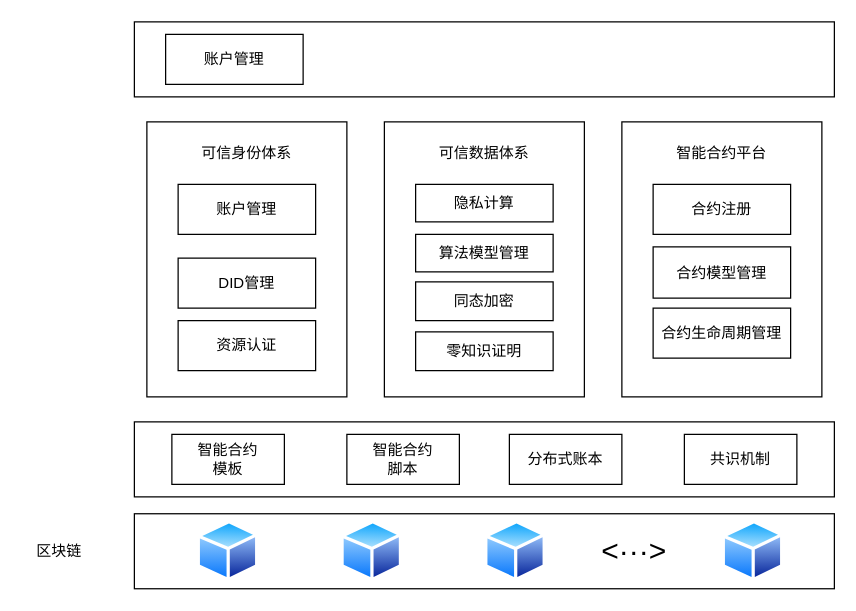
Above: page "第 1 页" (1 of 2) of drawio/blockchain.drawio in raingnight/Blog_Pic (draw.io), before the change. Source tidied: cells renumbered, new cells numbered last; positions are measured from the earlier drawing's top-left corner, leaving out a move shared by most shapes. Both pictures are drawn from the tidied source at 125%, with x=0, y=0 at pixel (21, 21).
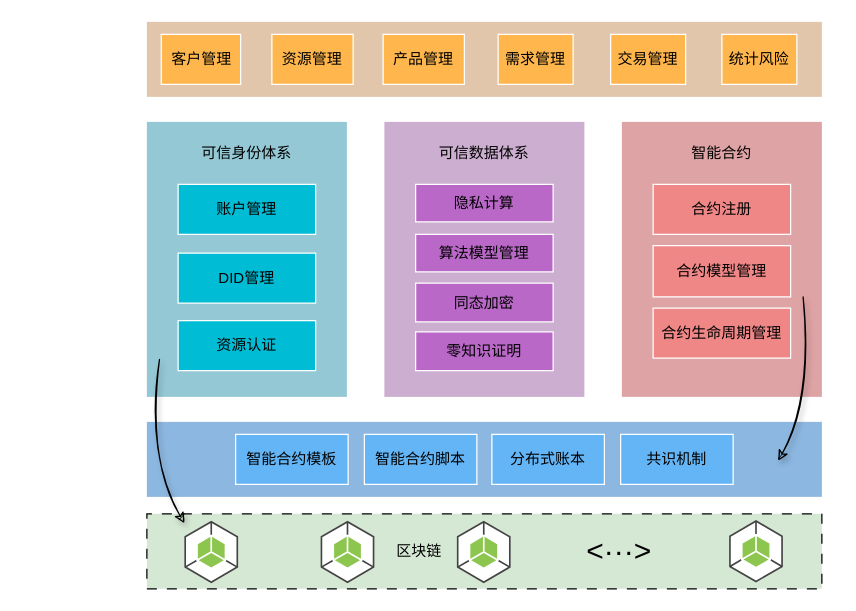
The same diagram, later.

What changed in the source:
```diff
@@
-    <mxCell id="2" style="rounded=0;whiteSpace=wrap;html=1;" parent="1" vertex="1">
+    <mxCell id="2" style="rounded=0;whiteSpace=wrap;html=1;fillColor=#94c8d4;strokeColor=none;flipV=1;" parent="1" vertex="1">
       <mxGeometry x="100" y="80" width="160" height="220" as="geometry" />
     </mxCell>
-    <mxCell id="3" style="rounded=0;whiteSpace=wrap;html=1;" parent="1" vertex="1">
-      <mxGeometry x="90" y="320" width="560" height="60" as="geometry" />
+    <mxCell id="3" style="rounded=0;whiteSpace=wrap;html=1;fillColor=#8cb7e0;strokeColor=none;fontColor=#ffffff;flipV=1;" parent="1" vertex="1">
+      <mxGeometry x="100" y="320" width="540" height="60" as="geometry" />
     </mxCell>
-    <mxCell id="4" style="rounded=0;whiteSpace=wrap;html=1;" parent="1" vertex="1">
-      <mxGeometry x="90" y="393.5" width="560" height="60" as="geometry" />
-    </mxCell>
-    <mxCell id="5" value="区块链" style="text;html=1;strokeColor=none;fillColor=none;align=center;verticalAlign=middle;whiteSpace=wrap;rounded=0;" parent="1" vertex="1">
-      <mxGeometry y="408.5" width="60" height="30" as="geometry" />
-    </mxCell>
-    <mxCell id="6" value="账户管理" style="rounded=0;whiteSpace=wrap;html=1;" parent="1" vertex="1">
+    <mxCell id="6" value="账户管理" style="rounded=0;whiteSpace=wrap;html=1;fillColor=#00bcd4;strokeColor=#FFFFFF;flipV=1;" parent="1" vertex="1">
       <mxGeometry x="125" y="130" width="110" height="40" as="geometry" />
     </mxCell>
-    <mxCell id="7" style="rounded=0;whiteSpace=wrap;html=1;" parent="1" vertex="1">
-      <mxGeometry x="530" y="330" width="90" height="40" as="geometry" />
+    <mxCell id="7" value="&lt;font&gt;共识机制&lt;/font&gt;" style="rounded=0;whiteSpace=wrap;html=1;fillColor=#64b5f6;fontColor=#000000;strokeColor=#FFFFFF;flipV=1;" parent="1" vertex="1">
+      <mxGeometry x="479" y="330" width="90" height="40" as="geometry" />
     </mxCell>
-    <mxCell id="8" value="共识机制" style="text;html=1;strokeColor=none;fillColor=none;align=center;verticalAlign=middle;whiteSpace=wrap;rounded=0;" parent="1" vertex="1">
-      <mxGeometry x="545" y="337.5" width="60" height="25" as="geometry" />
-    </mxCell>
-    <mxCell id="9" style="rounded=0;whiteSpace=wrap;html=1;" parent="1" vertex="1">
-      <mxGeometry x="390" y="330" width="90" height="40" as="geometry" />
+    <mxCell id="9" value="分布式账本" style="rounded=0;whiteSpace=wrap;html=1;fillColor=#64b5f6;fontColor=#000000;strokeColor=#FFFFFF;flipV=1;" parent="1" vertex="1">
+      <mxGeometry x="376" y="330" width="90" height="40" as="geometry" />
     </mxCell>
-    <mxCell id="10" value="分布式账本" style="text;html=1;strokeColor=none;fillColor=none;align=center;verticalAlign=middle;whiteSpace=wrap;rounded=0;" parent="1" vertex="1">
-      <mxGeometry x="400" y="337.5" width="70" height="25" as="geometry" />
-    </mxCell>
-    <mxCell id="11" style="rounded=0;whiteSpace=wrap;html=1;" parent="1" vertex="1">
-      <mxGeometry x="260" y="330" width="90" height="40" as="geometry" />
+    <mxCell id="11" value="智能合约脚本" style="rounded=0;whiteSpace=wrap;html=1;fillColor=#64b5f6;strokeColor=#FFFFFF;fontColor=#000000;flipV=1;" parent="1" vertex="1">
+      <mxGeometry x="274" y="330" width="90" height="40" as="geometry" />
     </mxCell>
-    <mxCell id="12" value="智能合约脚本" style="text;html=1;strokeColor=none;fillColor=none;align=center;verticalAlign=middle;whiteSpace=wrap;rounded=0;" parent="1" vertex="1">
-      <mxGeometry x="275" y="337.5" width="60" height="25" as="geometry" />
-    </mxCell>
-    <mxCell id="13" style="rounded=0;whiteSpace=wrap;html=1;" parent="1" vertex="1">
-      <mxGeometry x="120" y="330" width="90" height="40" as="geometry" />
+    <mxCell id="13" value="智能合约模板" style="rounded=0;whiteSpace=wrap;html=1;fillColor=#64b5f6;strokeColor=#FFFFFF;fontColor=#000000;flipV=1;" parent="1" vertex="1">
+      <mxGeometry x="171" y="330" width="90" height="40" as="geometry" />
     </mxCell>
-    <mxCell id="14" value="智能合约模板" style="text;html=1;strokeColor=none;fillColor=none;align=center;verticalAlign=middle;whiteSpace=wrap;rounded=0;" parent="1" vertex="1">
-      <mxGeometry x="135" y="337.5" width="60" height="25" as="geometry" />
-    </mxCell>
-    <mxCell id="15" style="perimeter=ellipsePerimeter;html=1;align=center;shadow=0;dashed=0;spacingTop=3;image;image=img/lib/active_directory/generic_node.svg;" parent="1" vertex="1">
-      <mxGeometry x="140" y="399" width="50" height="49" as="geometry" />
-    </mxCell>
-    <mxCell id="16" style="perimeter=ellipsePerimeter;html=1;align=center;shadow=0;dashed=0;spacingTop=3;image;image=img/lib/active_directory/generic_node.svg;" parent="1" vertex="1">
-      <mxGeometry x="560" y="399" width="50" height="49" as="geometry" />
-    </mxCell>
-    <mxCell id="17" style="perimeter=ellipsePerimeter;html=1;align=center;shadow=0;dashed=0;spacingTop=3;image;image=img/lib/active_directory/generic_node.svg;" parent="1" vertex="1">
-      <mxGeometry x="370" y="399" width="50" height="49" as="geometry" />
-    </mxCell>
-    <mxCell id="18" style="perimeter=ellipsePerimeter;html=1;align=center;shadow=0;dashed=0;spacingTop=3;image;image=img/lib/active_directory/generic_node.svg;" parent="1" vertex="1">
-      <mxGeometry x="255" y="399" width="50" height="49" as="geometry" />
-    </mxCell>
-    <mxCell id="19" value="&lt;font style=&quot;font-size: 24px;&quot;&gt;&amp;lt;···&amp;gt;&lt;/font&gt;" style="text;html=1;strokeColor=none;fillColor=none;align=center;verticalAlign=middle;whiteSpace=wrap;rounded=0;" parent="1" vertex="1">
-      <mxGeometry x="460" y="408.5" width="60" height="30" as="geometry" />
-    </mxCell>
-    <mxCell id="20" value="DID管理" style="rounded=0;whiteSpace=wrap;html=1;" parent="1" vertex="1">
-      <mxGeometry x="125" y="189" width="110" height="40" as="geometry" />
+    <mxCell id="20" value="DID管理" style="rounded=0;whiteSpace=wrap;html=1;fillColor=#00bcd4;strokeColor=#FFFFFF;flipV=1;" parent="1" vertex="1">
+      <mxGeometry x="125" y="185" width="110" height="40" as="geometry" />
     </mxCell>
-    <mxCell id="21" value="资源认证" style="rounded=0;whiteSpace=wrap;html=1;" parent="1" vertex="1">
+    <mxCell id="21" value="资源认证" style="rounded=0;whiteSpace=wrap;html=1;fillColor=#00bcd4;strokeColor=#FFFFFF;flipV=1;" parent="1" vertex="1">
       <mxGeometry x="125" y="239" width="110" height="40" as="geometry" />
     </mxCell>
-    <mxCell id="22" value="可信身份体系" style="text;html=1;strokeColor=none;fillColor=none;align=center;verticalAlign=middle;whiteSpace=wrap;rounded=0;" parent="1" vertex="1">
+    <mxCell id="22" value="可信身份体系" style="text;html=1;strokeColor=none;fillColor=none;align=center;verticalAlign=middle;whiteSpace=wrap;rounded=0;flipV=1;" parent="1" vertex="1">
       <mxGeometry x="135" y="90" width="90" height="30" as="geometry" />
     </mxCell>
-    <mxCell id="23" style="rounded=0;whiteSpace=wrap;html=1;" parent="1" vertex="1">
+    <mxCell id="23" style="rounded=0;whiteSpace=wrap;html=1;fillColor=#ccaed0;strokeColor=none;flipV=1;" parent="1" vertex="1">
       <mxGeometry x="290" y="80" width="160" height="220" as="geometry" />
     </mxCell>
-    <mxCell id="24" value="隐私计算" style="rounded=0;whiteSpace=wrap;html=1;" parent="1" vertex="1">
+    <mxCell id="24" value="隐私计算" style="rounded=0;whiteSpace=wrap;html=1;fillColor=#ba68c8;strokeColor=#FFFFFF;flipV=1;" parent="1" vertex="1">
       <mxGeometry x="315" y="130" width="110" height="30" as="geometry" />
     </mxCell>
-    <mxCell id="25" value="算法模型管理" style="rounded=0;whiteSpace=wrap;html=1;" parent="1" vertex="1">
+    <mxCell id="25" value="算法模型管理" style="rounded=0;whiteSpace=wrap;html=1;fillColor=#ba68c8;strokeColor=#FFFFFF;flipV=1;" parent="1" vertex="1">
       <mxGeometry x="315" y="170" width="110" height="30" as="geometry" />
     </mxCell>
-    <mxCell id="26" value="同态加密" style="rounded=0;whiteSpace=wrap;html=1;" parent="1" vertex="1">
-      <mxGeometry x="315" y="208" width="110" height="31" as="geometry" />
+    <mxCell id="26" value="同态加密" style="rounded=0;whiteSpace=wrap;html=1;fillColor=#ba68c8;strokeColor=#FFFFFF;flipV=1;" parent="1" vertex="1">
+      <mxGeometry x="315" y="209" width="110" height="31" as="geometry" />
     </mxCell>
-    <mxCell id="27" value="可信数据体系" style="text;html=1;strokeColor=none;fillColor=none;align=center;verticalAlign=middle;whiteSpace=wrap;rounded=0;" parent="1" vertex="1">
+    <mxCell id="27" value="可信数据体系" style="text;html=1;strokeColor=none;fillColor=none;align=center;verticalAlign=middle;whiteSpace=wrap;rounded=0;flipV=1;" parent="1" vertex="1">
       <mxGeometry x="325" y="90" width="90" height="30" as="geometry" />
     </mxCell>
-    <mxCell id="28" style="rounded=0;whiteSpace=wrap;html=1;" parent="1" vertex="1">
+    <mxCell id="28" style="rounded=0;whiteSpace=wrap;html=1;fillColor=#dea3a4;strokeColor=none;flipV=1;" parent="1" vertex="1">
       <mxGeometry x="480" y="80" width="160" height="220" as="geometry" />
     </mxCell>
-    <mxCell id="29" value="合约注册" style="rounded=0;whiteSpace=wrap;html=1;" parent="1" vertex="1">
+    <mxCell id="29" value="合约注册" style="rounded=0;whiteSpace=wrap;html=1;fillColor=#f08787;strokeColor=#FFFFFF;flipV=1;" parent="1" vertex="1">
       <mxGeometry x="505" y="130" width="110" height="40" as="geometry" />
     </mxCell>
-    <mxCell id="30" value="合约模型管理" style="rounded=0;whiteSpace=wrap;html=1;" parent="1" vertex="1">
-      <mxGeometry x="505" y="180" width="110" height="41" as="geometry" />
+    <mxCell id="30" value="合约模型管理" style="rounded=0;whiteSpace=wrap;html=1;fillColor=#f08787;strokeColor=#FFFFFF;flipV=1;" parent="1" vertex="1">
+      <mxGeometry x="505" y="179" width="110" height="41" as="geometry" />
     </mxCell>
-    <mxCell id="31" value="合约生命周期管理" style="rounded=0;whiteSpace=wrap;html=1;" parent="1" vertex="1">
+    <mxCell id="31" value="合约生命周期管理" style="rounded=0;whiteSpace=wrap;html=1;fillColor=#f08787;strokeColor=#FFFFFF;flipV=1;" parent="1" vertex="1">
       <mxGeometry x="505" y="229" width="110" height="40" as="geometry" />
     </mxCell>
-    <mxCell id="32" value="智能合约平台" style="text;html=1;strokeColor=none;fillColor=none;align=center;verticalAlign=middle;whiteSpace=wrap;rounded=0;" parent="1" vertex="1">
+    <mxCell id="32" value="智能合约" style="text;html=1;strokeColor=none;fillColor=none;align=center;verticalAlign=middle;whiteSpace=wrap;rounded=0;flipV=1;" parent="1" vertex="1">
       <mxGeometry x="515" y="90" width="90" height="30" as="geometry" />
     </mxCell>
-    <mxCell id="33" value="零知识证明" style="rounded=0;whiteSpace=wrap;html=1;" parent="1" vertex="1">
+    <mxCell id="33" value="零知识证明" style="rounded=0;whiteSpace=wrap;html=1;fillColor=#ba68c8;strokeColor=#FFFFFF;flipV=1;" parent="1" vertex="1">
       <mxGeometry x="315" y="248" width="110" height="31" as="geometry" />
     </mxCell>
-    <mxCell id="34" style="rounded=0;whiteSpace=wrap;html=1;" parent="1" vertex="1">
-      <mxGeometry x="90" width="560" height="60" as="geometry" />
+    <mxCell id="34" style="rounded=0;whiteSpace=wrap;html=1;fillColor=#e1c6ab;labelBorderColor=none;strokeColor=none;flipV=1;" parent="1" vertex="1">
+      <mxGeometry x="100" width="540" height="60" as="geometry" />
     </mxCell>
-    <mxCell id="35" value="账户管理" style="rounded=0;whiteSpace=wrap;html=1;" parent="1" vertex="1">
-      <mxGeometry x="115" y="10" width="110" height="40" as="geometry" />
+    <mxCell id="35" value="客户管理" style="rounded=0;whiteSpace=wrap;html=1;flipH=1;fillColor=#ffb74d;strokeColor=#FFFFFF;flipV=1;" parent="1" vertex="1">
+      <mxGeometry x="111.5" y="10" width="63.5" height="40" as="geometry" />
     </mxCell>
+    <mxCell id="36" style="rounded=0;whiteSpace=wrap;html=1;dashed=1;dashPattern=8 8;fillColor=#d5e8d4;strokeColor=#000000;flipV=1;" parent="1" vertex="1">
+      <mxGeometry x="100" y="393.5" width="540" height="60" as="geometry" />
+    </mxCell>
+    <mxCell id="19" value="&lt;font style=&quot;font-size: 24px;&quot;&gt;&amp;lt;···&amp;gt;&lt;/font&gt;" style="text;html=1;strokeColor=none;fillColor=none;align=center;verticalAlign=middle;whiteSpace=wrap;rounded=0;flipV=1;" parent="1" vertex="1">
+      <mxGeometry x="448" y="408.5" width="60" height="30" as="geometry" />
+    </mxCell>
+    <mxCell id="37" style="dashed=0;verticalLabelPosition=bottom;verticalAlign=top;align=center;html=1;shape=mxgraph.aws3.android;fillColor=#8CC64F;gradientColor=none;flipV=1;" parent="1" vertex="1">
+      <mxGeometry x="130" y="399" width="43" height="50" as="geometry" />
+    </mxCell>
+    <mxCell id="38" style="dashed=0;verticalLabelPosition=bottom;verticalAlign=top;align=center;html=1;shape=mxgraph.aws3.android;fillColor=#8CC64F;gradientColor=none;flipV=1;" parent="1" vertex="1">
+      <mxGeometry x="565.8" y="398.5" width="43" height="50" as="geometry" />
+    </mxCell>
+    <mxCell id="39" style="dashed=0;verticalLabelPosition=bottom;verticalAlign=top;align=center;html=1;shape=mxgraph.aws3.android;fillColor=#8CC64F;gradientColor=none;flipV=1;" parent="1" vertex="1">
+      <mxGeometry x="348" y="399" width="43" height="50" as="geometry" />
+    </mxCell>
+    <mxCell id="40" style="dashed=0;verticalLabelPosition=bottom;verticalAlign=top;align=center;html=1;shape=mxgraph.aws3.android;fillColor=#8CC64F;gradientColor=none;flipV=1;" parent="1" vertex="1">
+      <mxGeometry x="239" y="399" width="43" height="50" as="geometry" />
+    </mxCell>
+    <mxCell id="41" value="资源管理" style="rounded=0;whiteSpace=wrap;html=1;flipH=1;fillColor=#ffb74d;strokeColor=#FFFFFF;flipV=1;" parent="1" vertex="1">
+      <mxGeometry x="200" y="10" width="65" height="40" as="geometry" />
+    </mxCell>
+    <mxCell id="42" value="产品管理" style="rounded=0;whiteSpace=wrap;html=1;flipH=1;fillColor=#ffb74d;strokeColor=#FFFFFF;flipV=1;" parent="1" vertex="1">
+      <mxGeometry x="289" y="10" width="65" height="40" as="geometry" />
+    </mxCell>
+    <mxCell id="43" value="需求管理" style="rounded=0;whiteSpace=wrap;html=1;flipH=1;fillColor=#ffb74d;strokeColor=#FFFFFF;flipV=1;" parent="1" vertex="1">
+      <mxGeometry x="381" y="10" width="60" height="40" as="geometry" />
+    </mxCell>
+    <mxCell id="44" value="交易管理" style="rounded=0;whiteSpace=wrap;html=1;flipH=1;fillColor=#ffb74d;strokeColor=#FFFFFF;flipV=1;" parent="1" vertex="1">
+      <mxGeometry x="471" y="10" width="60" height="40" as="geometry" />
+    </mxCell>
+    <mxCell id="45" value="统计风险" style="rounded=0;whiteSpace=wrap;html=1;flipH=1;fillColor=#ffb74d;strokeColor=#FFFFFF;flipV=1;" parent="1" vertex="1">
+      <mxGeometry x="560" y="10" width="60" height="40" as="geometry" />
+    </mxCell>
+    <mxCell id="46" style="edgeStyle=none;sketch=1;jettySize=auto;html=1;entryX=1;entryY=0.75;entryDx=0;entryDy=0;shadow=1;strokeColor=#000000;fontFamily=Helvetica;fontSize=12;fontColor=#000000;curved=1;exitX=0.063;exitY=0.136;exitDx=0;exitDy=0;exitPerimeter=0;" parent="1" edge="1" source="2">
+      <mxGeometry relative="1" as="geometry">
+        <mxPoint x="130" y="401" as="targetPoint" />
+        <Array as="points">
+          <mxPoint x="100" y="350" />
+        </Array>
+      </mxGeometry>
+    </mxCell>
+    <mxCell id="5" value="区块链" style="text;html=1;strokeColor=none;fillColor=none;align=center;verticalAlign=middle;whiteSpace=wrap;rounded=0;" parent="1" vertex="1">
+      <mxGeometry x="288" y="409" width="60" height="30" as="geometry" />
+    </mxCell>
+    <mxCell id="47" style="edgeStyle=none;sketch=1;orthogonalLoop=1;jettySize=auto;html=1;entryX=1;entryY=0.75;entryDx=0;entryDy=0;shadow=1;strokeColor=#000000;fontFamily=Helvetica;fontSize=12;fontColor=#000000;curved=1;exitX=0.063;exitY=0.136;exitDx=0;exitDy=0;exitPerimeter=0;" parent="1" edge="1">
+      <mxGeometry relative="1" as="geometry">
+        <mxPoint x="625" y="220" as="sourcePoint" />
+        <mxPoint x="605" y="351" as="targetPoint" />
+        <Array as="points">
+          <mxPoint x="635" y="300" />
+        </Array>
+      </mxGeometry>
+    </mxCell>
```
